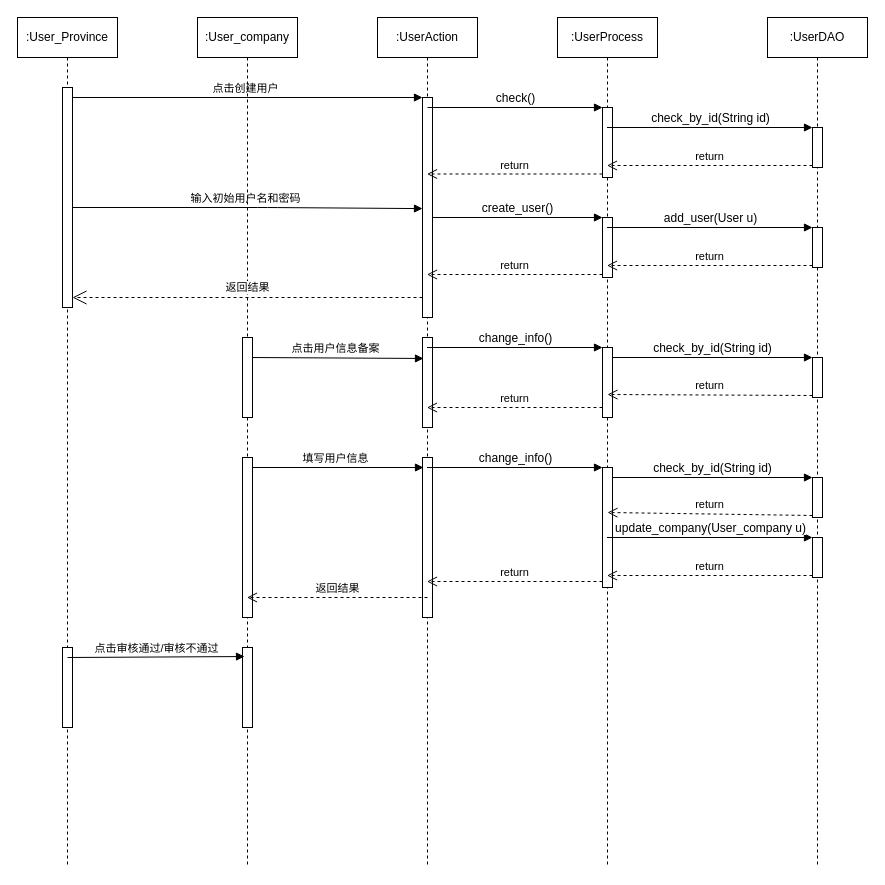
This is 未命名绘图.drawio from lzhenbit/Dictionary, a draw.io file, before an edit. Source tidied: cells renumbered, new cells numbered last; positions are measured from the earlier drawing's top-left corner, leaving out a move shared by most shapes. Both pictures are drawn from the tidied source at 100%, with x=0, y=0 at pixel (17, 17).
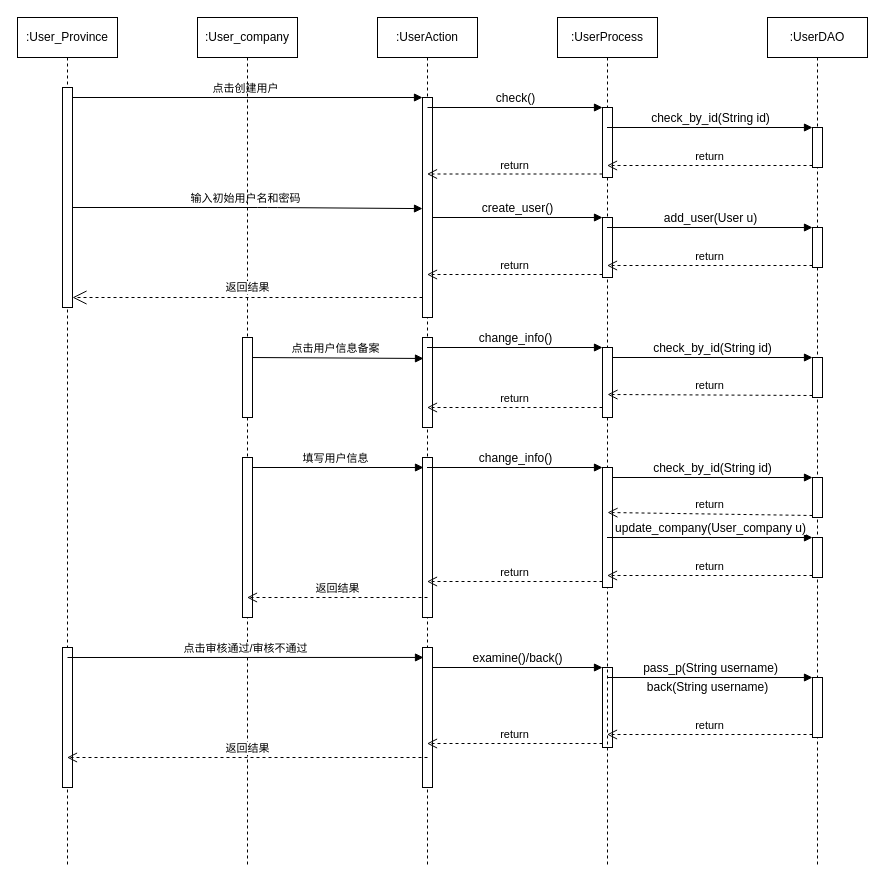
The same page after the edit.

Commit message:
更新未命名绘图.drawio

Unchanged cells that the change refers to:
```xml
<mxCell id="6" value=":User_Province" style="shape=umlLifeline;perimeter=lifelinePerimeter;whiteSpace=wrap;html=1;outlineConnect=0;" parent="1" vertex="1">
  <mxGeometry width="100" height="850" as="geometry" />
</mxCell>
<mxCell id="9" value=":User_company" style="shape=umlLifeline;perimeter=lifelinePerimeter;whiteSpace=wrap;html=1;outlineConnect=0;" parent="1" vertex="1">
  <mxGeometry x="180" width="100" height="850" as="geometry" />
</mxCell>
<mxCell id="13" value=":UserAction" style="shape=umlLifeline;perimeter=lifelinePerimeter;whiteSpace=wrap;html=1;outlineConnect=0;" parent="1" vertex="1">
  <mxGeometry x="360" width="100" height="850" as="geometry" />
</mxCell>
<mxCell id="22" value=":UserDAO" style="shape=umlLifeline;perimeter=lifelinePerimeter;whiteSpace=wrap;html=1;" parent="1" vertex="1">
  <mxGeometry x="750" width="100" height="850" as="geometry" />
</mxCell>
```

The edit, as a diff of the source:
```diff
@@
     <mxCell id="8" style="html=1;perimeter=orthogonalPerimeter;" parent="6" vertex="1">
-      <mxGeometry x="45" y="630" width="10" height="80" as="geometry" />
+      <mxGeometry x="45" y="630" width="10" height="140" as="geometry" />
     </mxCell>
@@
-    <mxCell id="12" style="html=1;points=[];perimeter=orthogonalPerimeter;" parent="9" vertex="1">
-      <mxGeometry x="45" y="630" width="10" height="80" as="geometry" />
-    </mxCell>
@@
+    <mxCell id="12" style="html=1;points=[];perimeter=orthogonalPerimeter;" parent="13" vertex="1">
+      <mxGeometry x="45" y="630" width="10" height="140" as="geometry" />
+    </mxCell>
+    <mxCell id="49" style="html=1;points=[];perimeter=orthogonalPerimeter;" parent="13" vertex="1">
+      <mxGeometry x="225" y="650" width="10" height="80" as="geometry" />
+    </mxCell>
+    <mxCell id="50" value="&lt;span lang=&quot;EN-US&quot;&gt;&lt;font style=&quot;font-size: 12px&quot;&gt;&lt;span lang=&quot;EN-US&quot;&gt;examine()&lt;/span&gt;/back()&lt;/font&gt;&lt;/span&gt;" style="html=1;verticalAlign=bottom;endArrow=block;entryX=0;entryY=0;" parent="13" edge="1" source="12" target="49">
+      <mxGeometry relative="1" as="geometry" />
+    </mxCell>
+    <mxCell id="51" value="return" style="html=1;verticalAlign=bottom;endArrow=open;dashed=1;endSize=8;exitX=0;exitY=0.95;" parent="13" edge="1" source="49">
+      <mxGeometry relative="1" as="geometry">
+        <mxPoint x="49.5" y="726" as="targetPoint" />
+      </mxGeometry>
+    </mxCell>
+    <mxCell id="52" value="return" style="html=1;verticalAlign=bottom;endArrow=open;dashed=1;endSize=8;exitX=0;exitY=0.95;" parent="13" edge="1" source="55">
+      <mxGeometry relative="1" as="geometry">
+        <mxPoint x="229.5" y="717" as="targetPoint" />
+      </mxGeometry>
+    </mxCell>
+    <mxCell id="53" value="&lt;span lang=&quot;EN-US&quot;&gt;&lt;font style=&quot;font-size: 12px&quot;&gt;pass_p(String username)&lt;/font&gt;&lt;/span&gt;" style="html=1;verticalAlign=bottom;endArrow=block;entryX=0;entryY=0;" parent="13" edge="1" target="55">
+      <mxGeometry relative="1" as="geometry">
+        <mxPoint x="229.5" y="660" as="sourcePoint" />
+      </mxGeometry>
+    </mxCell>
+    <mxCell id="54" value="&lt;span lang=&quot;EN-US&quot;&gt;&lt;font style=&quot;font-size: 12px&quot;&gt;back(String username)&lt;/font&gt;&lt;/span&gt;" style="text;html=1;align=center;verticalAlign=middle;" parent="13" vertex="1">
+      <mxGeometry x="260" y="660" width="140" height="20" as="geometry" />
+    </mxCell>
@@
+    <mxCell id="55" style="html=1;points=[];perimeter=orthogonalPerimeter;" parent="22" vertex="1">
+      <mxGeometry x="45" y="660" width="10" height="60" as="geometry" />
+    </mxCell>
@@
-    <mxCell id="48" value="点击审核通过/审核不通过" style="html=1;verticalAlign=bottom;endArrow=block;entryX=0.2;entryY=0.113;entryDx=0;entryDy=0;entryPerimeter=0;" parent="1" edge="1" target="12">
+    <mxCell id="48" value="点击审核通过/审核不通过" style="html=1;verticalAlign=bottom;endArrow=block;entryX=0.1;entryY=0.071;entryDx=0;entryDy=0;entryPerimeter=0;" parent="1" edge="1" target="12">
       <mxGeometry relative="1" as="geometry">
         <mxPoint x="50" y="640" as="sourcePoint" />
       </mxGeometry>
     </mxCell>
+    <mxCell id="56" value="返回结果" style="html=1;verticalAlign=bottom;endArrow=open;dashed=1;endSize=8;" parent="1" edge="1" target="6">
+      <mxGeometry relative="1" as="geometry">
+        <mxPoint x="410" y="740" as="sourcePoint" />
+      </mxGeometry>
+    </mxCell>
```
